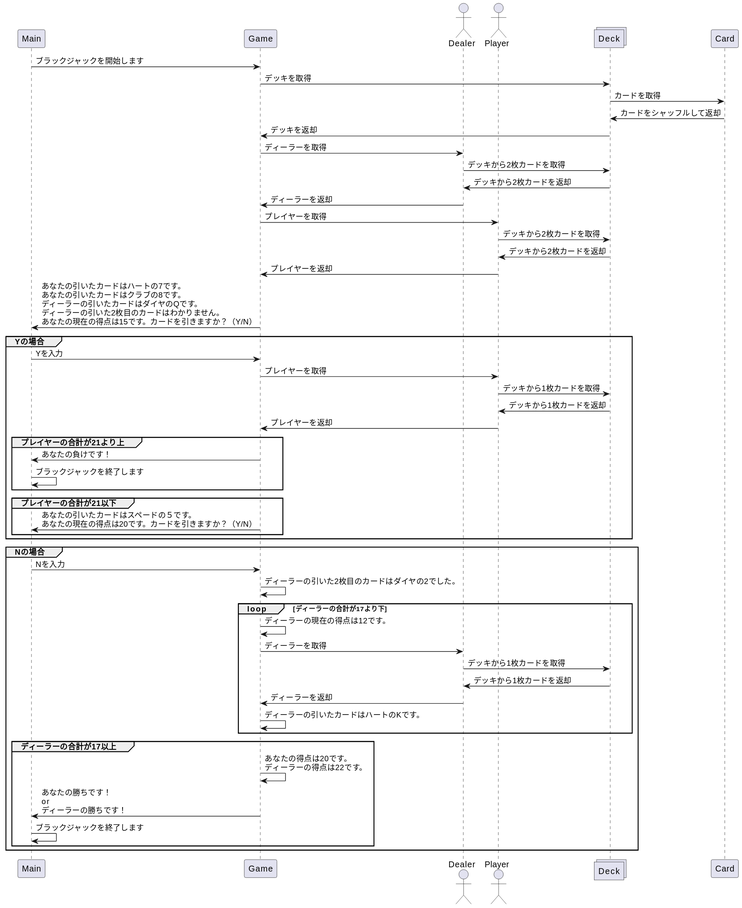
Earlier version of the PlantUML export out/src/PlantUML/BlackJacksiecanseCase/Blackjack.svg (RohanKid/BlackJack).
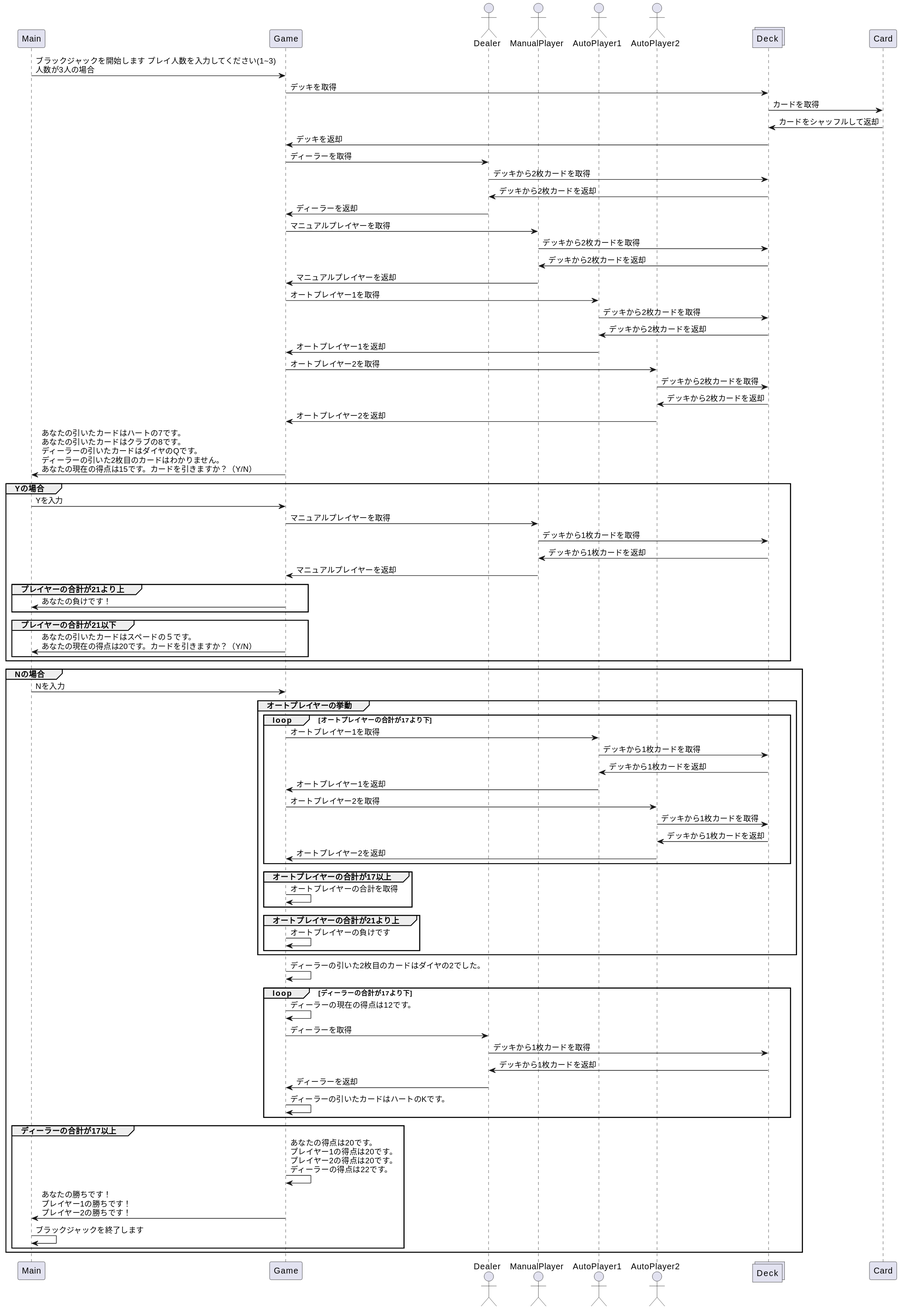
After the change.

Diff of the diagram source:
```diff
@@ -2,10 +2,12 @@
 participant        Main        as Main
 participant        Game        as Game
 actor       Dealer       as Dealer
-actor       Player    as Me
+actor       ManualPlayer    as Me
+actor       AutoPlayer1    as Pl1
+actor       AutoPlayer2   as Pl2
 collections Deck as Deck
 participant        Card        as Card
-Main -> Game : ブラックジャックを開始します
+Main -> Game : ブラックジャックを開始します プレイ人数を入力してください(1~3)\n人数が3人の場合
 Game -> Deck: デッキを取得
 Deck -> Card: カードを取得
 Card -> Deck: カードをシャッフルして返却
@@ -14,20 +16,27 @@
 Dealer -> Deck: デッキから2枚カードを取得
 Deck -> Dealer: デッキから2枚カードを返却
 Dealer -> Game: ディーラーを返却
-Game -> Me: プレイヤーを取得
+Game -> Me: マニュアルプレイヤーを取得
 Me -> Deck: デッキから2枚カードを取得
 Deck -> Me: デッキから2枚カードを返却
-Me -> Game: プレイヤーを返却
+Me -> Game: マニュアルプレイヤーを返却
+Game -> Pl1 : オートプレイヤー1を取得
+Pl1 -> Deck: デッキから2枚カードを取得
+Deck -> Pl1: デッキから2枚カードを返却
+Pl1 -> Game: オートプレイヤー1を返却
+Game -> Pl2 : オートプレイヤー2を取得
+Pl2 -> Deck: デッキから2枚カードを取得
+Deck -> Pl2: デッキから2枚カードを返却
+Pl2 -> Game: オートプレイヤー2を返却
 Game -> Main : あなたの引いたカードはハートの7です。\nあなたの引いたカードはクラブの8です。\nディーラーの引いたカードはダイヤのQです。\nディーラーの引いた2枚目のカードはわかりません。\nあなたの現在の得点は15です。カードを引きますか？（Y/N）
 group Yの場合
 Main -> Game : Yを入力
-Game -> Me: プレイヤーを取得
+Game -> Me: マニュアルプレイヤーを取得
 Me -> Deck: デッキから1枚カードを取得
 Deck -> Me: デッキから1枚カードを返却
-Me -> Game: プレイヤーを返却
+Me -> Game: マニュアルプレイヤーを返却
   group プレイヤーの合計が21より上
   Game -> Main : あなたの負けです！
-  Main -> Main : ブラックジャックを終了します
   end
   group プレイヤーの合計が21以下
   Game -> Main : あなたの引いたカードはスペードの５です。\nあなたの現在の得点は20です。カードを引きますか？（Y/N）
@@ -35,6 +44,24 @@
 end
 group Nの場合
 Main -> Game : Nを入力
+  group オートプレイヤーの挙動
+    loop オートプレイヤーの合計が17より下
+    Game -> Pl1 : オートプレイヤー1を取得
+    Pl1 -> Deck: デッキから1枚カードを取得
+    Deck -> Pl1: デッキから1枚カードを返却
+    Pl1 -> Game: オートプレイヤー1を返却
+    Game -> Pl2 : オートプレイヤー2を取得
+    Pl2 -> Deck: デッキから1枚カードを取得
+    Deck -> Pl2: デッキから1枚カードを返却
+    Pl2 -> Game: オートプレイヤー2を返却
+    end
+    group オートプレイヤーの合計が17以上
+    Game -> Game : オートプレイヤーの合計を取得
+    end
+    group オートプレイヤーの合計が21より上
+    Game -> Game : オートプレイヤーの負けです
+    end
+  end
 Game -> Game : ディーラーの引いた2枚目のカードはダイヤの2でした。
   loop ディーラーの合計が17より下
   Game -> Game : ディーラーの現在の得点は12です。
@@ -45,8 +72,8 @@
   Game -> Game : ディーラーの引いたカードはハートのKです。
   end
   group ディーラーの合計が17以上
-  Game -> Game : あなたの得点は20です。\nディーラーの得点は22です。
-  Game -> Main : あなたの勝ちです！\nor\nディーラーの勝ちです！
+  Game -> Game : あなたの得点は20です。\nプレイヤー1の得点は20です。\nプレイヤー2の得点は20です。\nディーラーの得点は22です。
+  Game -> Main : あなたの勝ちです！\nプレイヤー1の勝ちです！\nプレイヤー2の勝ちです！
   Main -> Main : ブラックジャックを終了します
   end
 end
```
